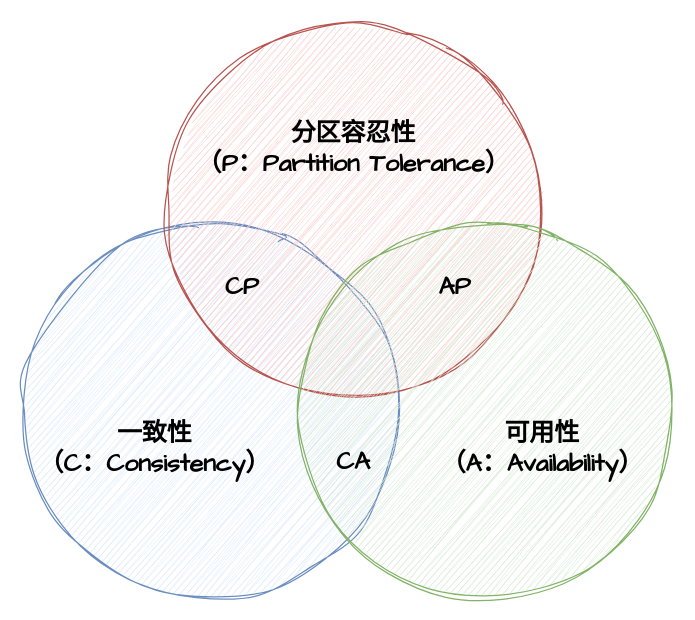
The draw.io diagram page "CAP" (1 of 3) of assets/分布式/分布式.drawio in dunwu/waterdrop, before the edit. Source tidied: cells renumbered, new cells numbered last; positions are measured from the earlier drawing's top-left corner, leaving out a move shared by most shapes. Both pictures are drawn from the tidied source at 125%, with x=0, y=0 at pixel (22, 22).
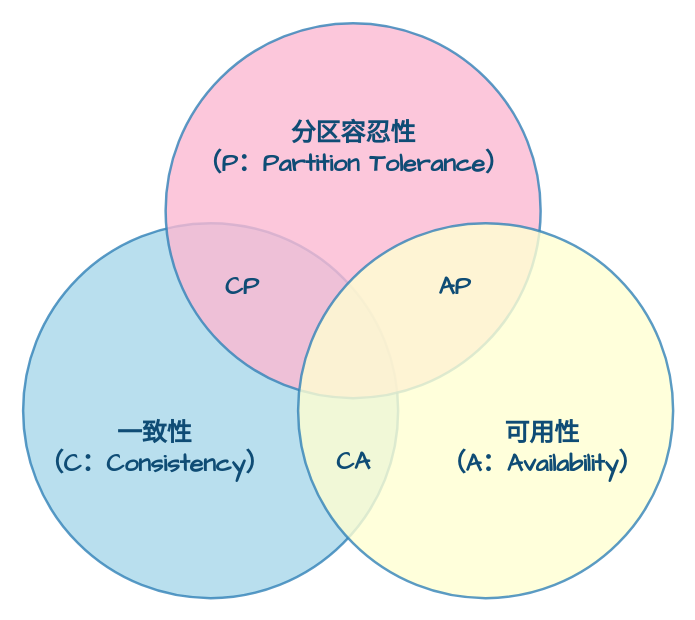
The same diagram, later.

The edit, as a diff of the source:
```diff
@@
 <mxGraphModel>
   <root>
     <mxCell id="0" />
     <mxCell id="1" parent="0" />
-    <mxCell id="2" style="ellipse;whiteSpace=wrap;html=1;hachureGap=4;fontFamily=Architects Daughter;fontSize=20;fillColor=#dae8fc;strokeColor=#6c8ebf;fontStyle=1;sketch=1;curveFitting=1;jiggle=2;" parent="1" vertex="1">
+    <mxCell id="2" style="ellipse;whiteSpace=wrap;html=1;hachureGap=4;fontFamily=Comic Sans MS;fontSize=20;fillColor=#A8D8EA;strokeColor=#3282B8;fontStyle=1;opacity=80;strokeWidth=2;fontColor=#0F4C75;" parent="1" vertex="1">
       <mxGeometry y="160" width="300" height="300" as="geometry" />
     </mxCell>
-    <mxCell id="3" style="ellipse;whiteSpace=wrap;html=1;hachureGap=4;fontFamily=Architects Daughter;fontSize=20;fillColor=#f8cecc;strokeColor=#b85450;fontStyle=1;sketch=1;curveFitting=1;jiggle=2;" parent="1" vertex="1">
+    <mxCell id="3" style="ellipse;whiteSpace=wrap;html=1;hachureGap=4;fontFamily=Comic Sans MS;fontSize=20;fillColor=#FCBAD3;strokeColor=#3282B8;fontStyle=1;opacity=80;strokeWidth=2;fontColor=#0F4C75;" parent="1" vertex="1">
       <mxGeometry x="114" width="300" height="300" as="geometry" />
     </mxCell>
-    <mxCell id="4" style="ellipse;whiteSpace=wrap;html=1;hachureGap=4;fontFamily=Architects Daughter;fontSize=20;fillColor=#d5e8d4;strokeColor=#82b366;fontStyle=1;sketch=1;curveFitting=1;jiggle=2;" parent="1" vertex="1">
+    <mxCell id="4" style="ellipse;whiteSpace=wrap;html=1;hachureGap=4;fontFamily=Comic Sans MS;fontSize=20;fillColor=#FFFFD2;strokeColor=#3282B8;fontStyle=1;opacity=80;strokeWidth=2;fontColor=#0F4C75;" parent="1" vertex="1">
       <mxGeometry x="220" y="160" width="300" height="300" as="geometry" />
     </mxCell>
-    <mxCell id="5" value="&lt;div&gt;一致性&lt;/div&gt;&lt;div&gt;（C：Consistency）&lt;/div&gt;" style="text;html=1;align=center;verticalAlign=middle;strokeColor=none;fillColor=none;fontSize=20;fontFamily=Architects Daughter;fontStyle=1;sketch=1;curveFitting=1;jiggle=2;" parent="1" vertex="1">
+    <mxCell id="5" value="&lt;div&gt;一致性&lt;/div&gt;&lt;div&gt;（C：Consistency）&lt;/div&gt;" style="text;html=1;align=center;verticalAlign=middle;strokeColor=none;fillColor=none;fontSize=20;fontFamily=Comic Sans MS;fontStyle=1;strokeWidth=2;fontColor=#0F4C75;" parent="1" vertex="1">
       <mxGeometry y="310" width="210" height="60" as="geometry" />
     </mxCell>
-    <mxCell id="6" value="&lt;div&gt;分区容忍性&lt;/div&gt;&lt;div&gt;（P：Partition Tolerance）&lt;/div&gt;" style="text;html=1;align=center;verticalAlign=middle;strokeColor=none;fillColor=none;fontSize=20;fontFamily=Architects Daughter;fontStyle=1;sketch=1;curveFitting=1;jiggle=2;" parent="1" vertex="1">
-      <mxGeometry x="129" y="70" width="270" height="60" as="geometry" />
+    <mxCell id="6" value="&lt;div&gt;分区容忍性&lt;/div&gt;&lt;div&gt;（P：Partition Tolerance）&lt;/div&gt;" style="text;html=1;align=center;verticalAlign=middle;strokeColor=none;fillColor=none;fontSize=20;fontFamily=Comic Sans MS;fontStyle=1;strokeWidth=2;fontColor=#0F4C75;" parent="1" vertex="1">
+      <mxGeometry x="124" y="70" width="280" height="60" as="geometry" />
     </mxCell>
-    <mxCell id="7" value="&lt;div&gt;可用性&lt;/div&gt;&lt;div&gt;（A：Availability）&lt;/div&gt;" style="text;html=1;align=center;verticalAlign=middle;strokeColor=none;fillColor=none;fontSize=20;fontFamily=Architects Daughter;fontStyle=1;sketch=1;curveFitting=1;jiggle=2;" parent="1" vertex="1">
-      <mxGeometry x="320" y="310" width="190" height="60" as="geometry" />
+    <mxCell id="7" value="&lt;div&gt;可用性&lt;/div&gt;&lt;div&gt;（A：Availability）&lt;/div&gt;" style="text;html=1;align=center;verticalAlign=middle;strokeColor=none;fillColor=none;fontSize=20;fontFamily=Comic Sans MS;fontStyle=1;strokeWidth=2;fontColor=#0F4C75;" parent="1" vertex="1">
+      <mxGeometry x="315" y="310" width="200" height="60" as="geometry" />
     </mxCell>
-    <mxCell id="8" value="CA" style="text;html=1;align=center;verticalAlign=middle;strokeColor=none;fillColor=none;fontSize=20;fontFamily=Architects Daughter;fontStyle=1;sketch=1;curveFitting=1;jiggle=2;" parent="1" vertex="1">
+    <mxCell id="8" value="CA" style="text;html=1;align=center;verticalAlign=middle;strokeColor=none;fillColor=none;fontSize=20;fontFamily=Comic Sans MS;fontStyle=1;strokeWidth=2;fontColor=#0F4C75;" parent="1" vertex="1">
       <mxGeometry x="239" y="330" width="50" height="40" as="geometry" />
     </mxCell>
-    <mxCell id="9" value="CP" style="text;html=1;align=center;verticalAlign=middle;strokeColor=none;fillColor=none;fontSize=20;fontFamily=Architects Daughter;fontStyle=1;sketch=1;curveFitting=1;jiggle=2;" parent="1" vertex="1">
+    <mxCell id="9" value="CP" style="text;html=1;align=center;verticalAlign=middle;strokeColor=none;fillColor=none;fontSize=20;fontFamily=Comic Sans MS;fontStyle=1;strokeWidth=2;fontColor=#0F4C75;" parent="1" vertex="1">
       <mxGeometry x="150" y="190" width="50" height="40" as="geometry" />
     </mxCell>
-    <mxCell id="10" value="AP" style="text;html=1;align=center;verticalAlign=middle;strokeColor=none;fillColor=none;fontSize=20;fontFamily=Architects Daughter;fontStyle=1;sketch=1;curveFitting=1;jiggle=2;" parent="1" vertex="1">
+    <mxCell id="10" value="AP" style="text;html=1;align=center;verticalAlign=middle;strokeColor=none;fillColor=none;fontSize=20;fontFamily=Comic Sans MS;fontStyle=1;strokeWidth=2;fontColor=#0F4C75;" parent="1" vertex="1">
       <mxGeometry x="320" y="190" width="50" height="40" as="geometry" />
     </mxCell>
   </root>
 </mxGraphModel>
```
